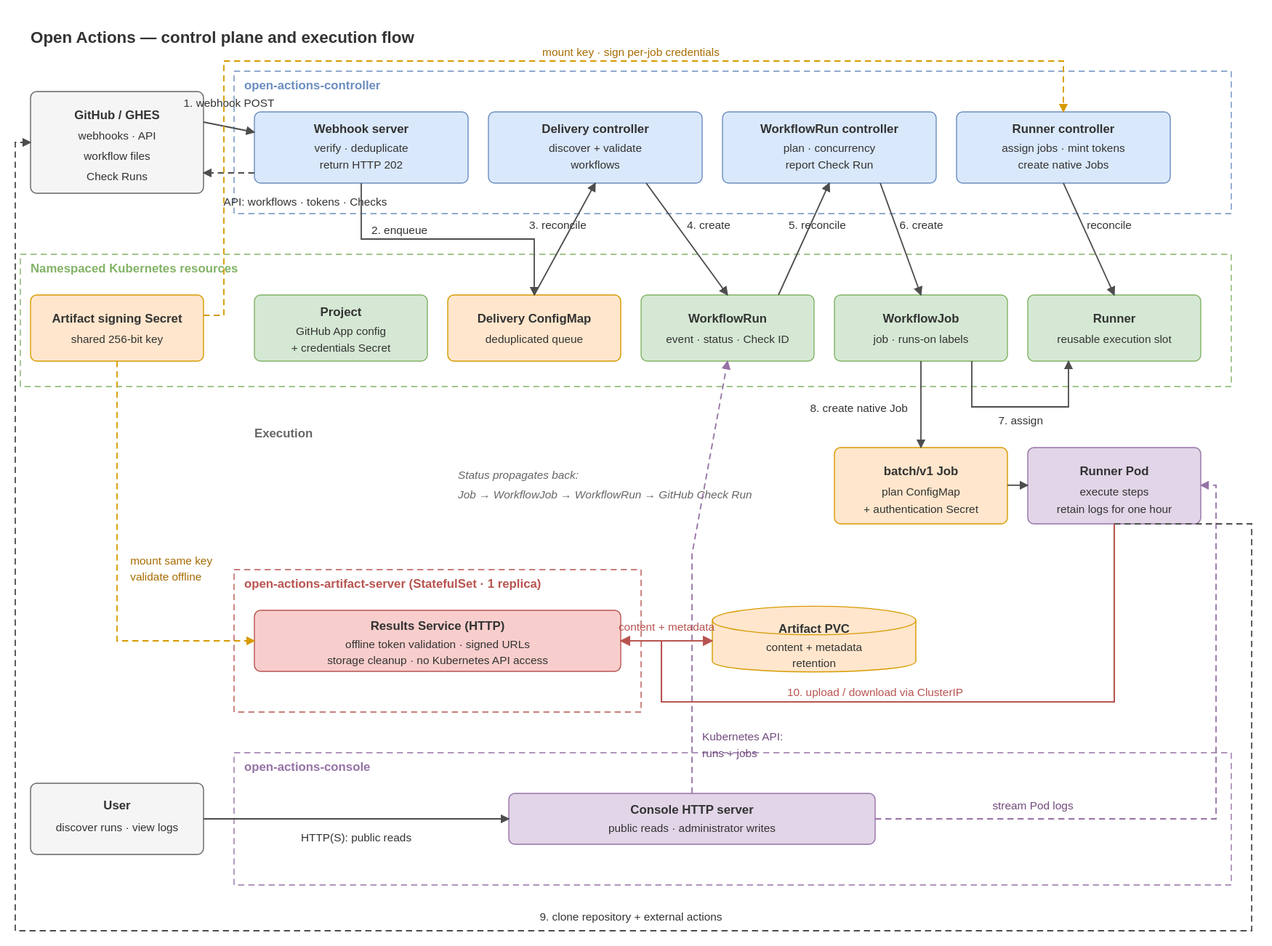
The draw.io diagram docs/architecture.drawio.svg in kelos-dev/open-actions, before a commit. Source tidied: cells renumbered, new cells last; positions are measured from the earlier drawing's top-left corner, leaving out a move shared by most shapes.
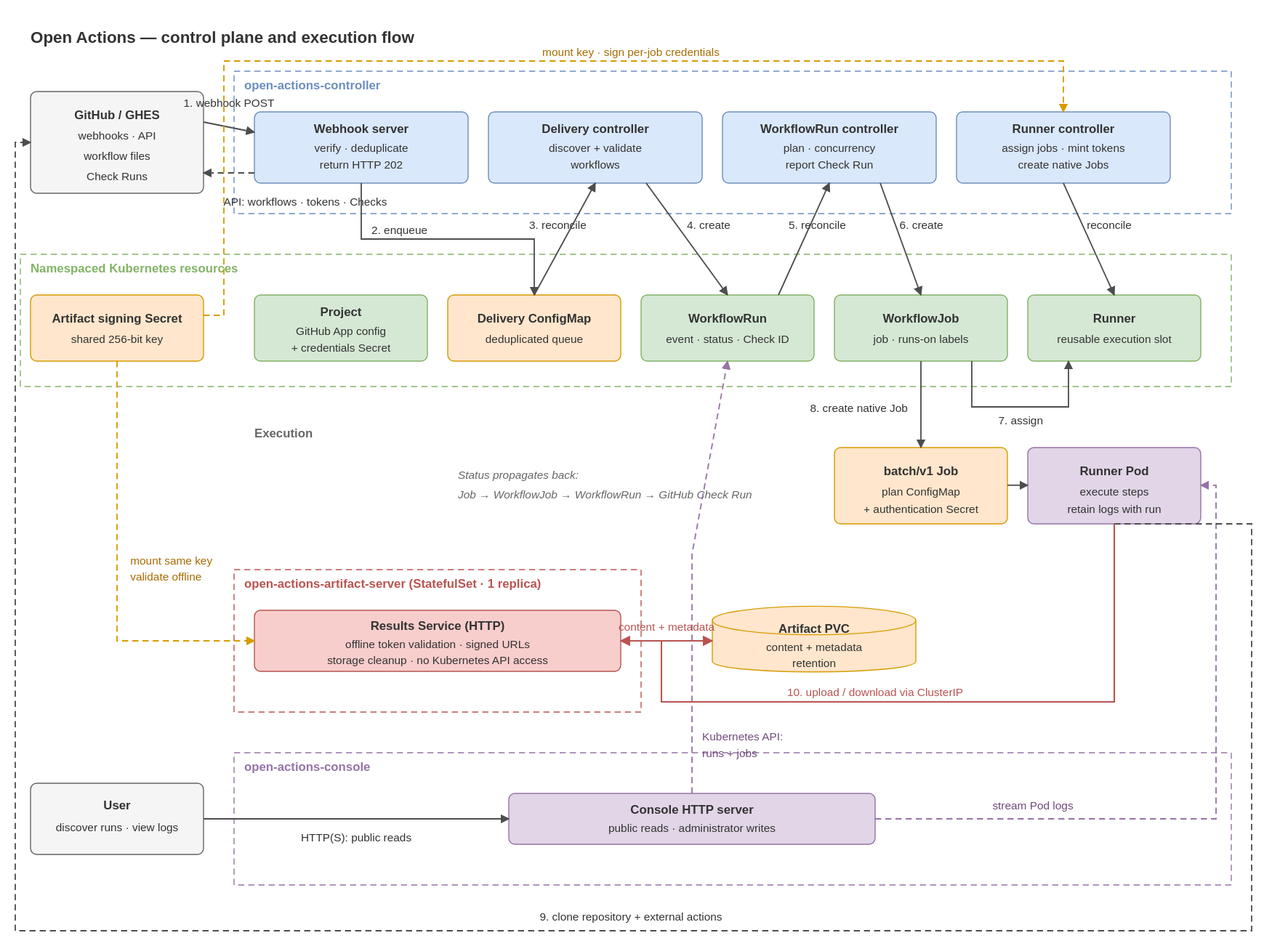
The same diagram one commit later.

Commit message:
Retain runner logs with workflow runs

What changed in the source:
```diff
@@ -59,7 +59,7 @@
     <mxCell id="20" value="&lt;b&gt;batch/v1 Job&lt;/b&gt;&lt;br&gt;plan ConfigMap&lt;br&gt;+ authentication Secret" style="rounded=1;whiteSpace=wrap;html=1;fillColor=#FFE6CC;strokeColor=#D79B00;fontColor=#333333;fontSize=11;" parent="1" vertex="1">
       <mxGeometry x="800" y="420" width="170" height="75" as="geometry" />
     </mxCell>
-    <mxCell id="21" value="&lt;b&gt;Runner Pod&lt;/b&gt;&lt;br&gt;execute steps&lt;br&gt;retain logs for one hour" style="rounded=1;whiteSpace=wrap;html=1;fillColor=#E1D5E7;strokeColor=#9673A6;fontColor=#333333;fontSize=11;" parent="1" vertex="1">
+    <mxCell id="21" value="&lt;b&gt;Runner Pod&lt;/b&gt;&lt;br&gt;execute steps&lt;br&gt;retain logs with run" style="rounded=1;whiteSpace=wrap;html=1;fillColor=#E1D5E7;strokeColor=#9673A6;fontColor=#333333;fontSize=11;" parent="1" vertex="1">
       <mxGeometry x="990" y="420" width="170" height="75" as="geometry" />
     </mxCell>
     <mxCell id="22" value="&lt;b&gt;Results Service (HTTP)&lt;/b&gt;&lt;br&gt;offline token validation · signed URLs&lt;br&gt;storage cleanup · no Kubernetes API access" style="rounded=1;whiteSpace=wrap;html=1;fillColor=#F8CECC;strokeColor=#B85450;fontColor=#333333;fontSize=11;" parent="1" vertex="1">
```
